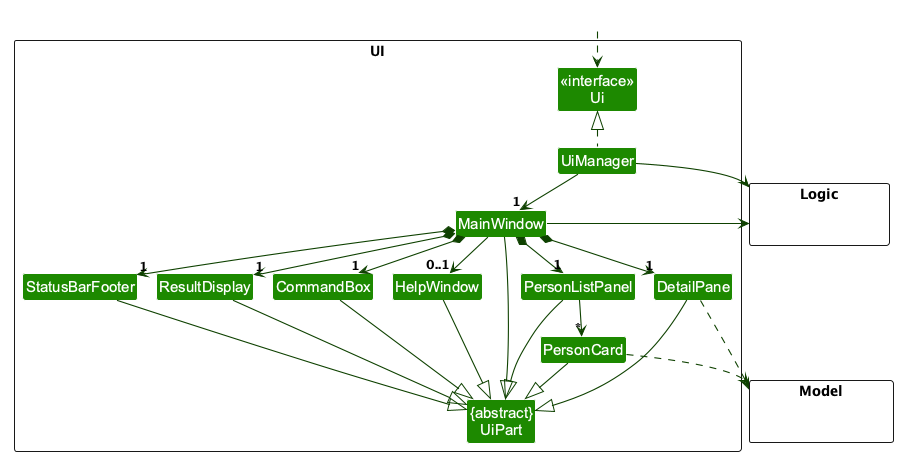
AY2627S1-CS2103T-W09-3/tp keeps this PlantUML diagram as docs/images/UiClassDiagram.png. Above is the earlier version. Its diagram source:
```plantuml
@startuml
!pragma layout smetana
!include style.puml
skinparam arrowThickness 1.1
skinparam arrowColor UI_COLOR_T4
skinparam classBackgroundColor UI_COLOR
skinparam nodesep 12
skinparam ranksep 35

package UI <<Rectangle>>{
Class "<<interface>>\nUi" as Ui
Class "{abstract}\nUiPart" as UiPart
Class UiManager
Class MainWindow
Class HelpWindow
Class ResultDisplay
Class PersonListPanel
Class DetailPane
Class PersonCard
Class StatusBarFooter
Class CommandBox
}

package Model <<Rectangle>> {
Class HiddenModel #FFFFFF
}

package Logic <<Rectangle>> {
Class HiddenLogic #FFFFFF
}

Class HiddenOutside #FFFFFF
HiddenOutside ..> Ui

UiManager .up.|> Ui
UiManager -down-> "1" MainWindow
MainWindow *-down->  "1" CommandBox
MainWindow *-down-> "1" ResultDisplay
MainWindow *-down-> "1" PersonListPanel
MainWindow *-down-> "1" DetailPane
MainWindow *-down-> "1" StatusBarFooter
MainWindow --> "0..1" HelpWindow

PersonListPanel -down-> "*" PersonCard

MainWindow -left-|> UiPart

ResultDisplay --|> UiPart
CommandBox --|> UiPart
PersonListPanel --|> UiPart
DetailPane --|> UiPart
PersonCard --|> UiPart
StatusBarFooter --|> UiPart
HelpWindow --|> UiPart

PersonCard ..> Model
DetailPane ..> Model
UiManager -right-> Logic
MainWindow -left-> Logic

PersonListPanel -right[hidden]- DetailPane
PersonListPanel -[hidden]left- HelpWindow
HelpWindow -[hidden]left- CommandBox
CommandBox -[hidden]left- ResultDisplay
ResultDisplay -[hidden]left- StatusBarFooter

MainWindow -[hidden]-|> UiPart
@enduml
```
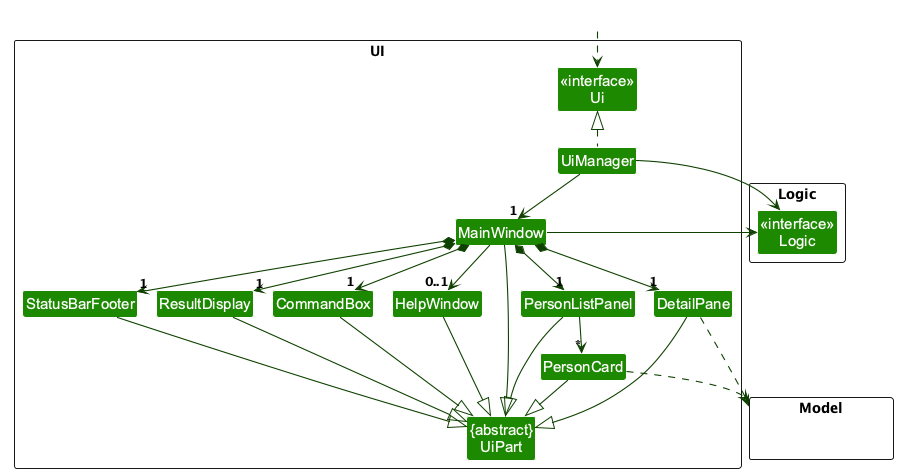
After the commit.

Commit message:
Correct developer guide UML relationships

Diff of the diagram source:
```diff
@@ -25,8 +25,8 @@
 Class HiddenModel #FFFFFF
 }
 
-package Logic <<Rectangle>> {
-Class HiddenLogic #FFFFFF
+package Logic as LogicPackage <<Rectangle>> {
+Class "<<interface>>\nLogic" as Logic
 }
 
 Class HiddenOutside #FFFFFF
```
